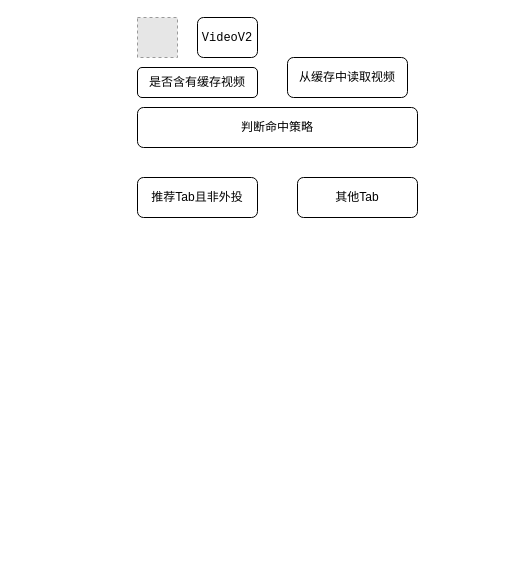
Earlier version of the draw.io diagram projects.drawio (wuulaa/drawio). Source tidied: cells renumbered, new cells numbered last; positions are measured from the earlier drawing's top-left corner, leaving out a move shared by most shapes. Both pictures are drawn from the tidied source at 100%, with x=0, y=0 at pixel (137, 17). Pictures stored in the file or linked from it are replaced by grey dashed boxes.
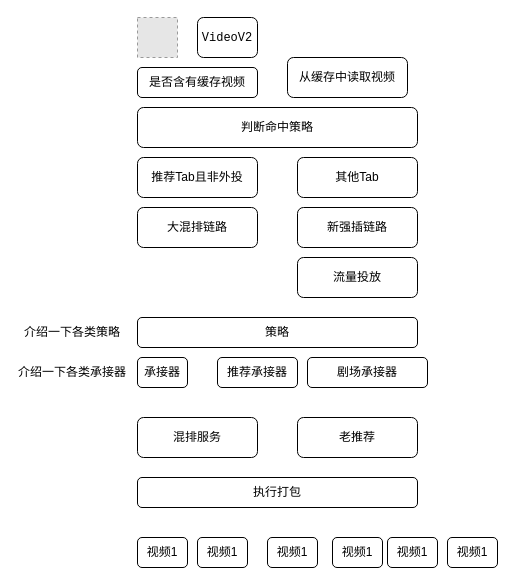
Above is the later version.

What changed in the source:
```diff
@@
     <mxCell id="7" value="推荐Tab且非外投" style="rounded=1;whiteSpace=wrap;html=1;" parent="1" vertex="1">
-      <mxGeometry y="160" width="120" height="40" as="geometry" />
+      <mxGeometry y="140" width="120" height="40" as="geometry" />
     </mxCell>
     <mxCell id="8" value="其他Tab" style="rounded=1;whiteSpace=wrap;html=1;" parent="1" vertex="1">
-      <mxGeometry x="160" y="160" width="120" height="40" as="geometry" />
+      <mxGeometry x="160" y="140" width="120" height="40" as="geometry" />
     </mxCell>
+    <mxCell id="9" value="大混排链路" style="rounded=1;whiteSpace=wrap;html=1;" parent="1" vertex="1">
+      <mxGeometry y="190" width="120" height="40" as="geometry" />
+    </mxCell>
+    <mxCell id="10" value="新强插链路" style="rounded=1;whiteSpace=wrap;html=1;" parent="1" vertex="1">
+      <mxGeometry x="160" y="190" width="120" height="40" as="geometry" />
+    </mxCell>
+    <mxCell id="11" value="策略" style="rounded=1;whiteSpace=wrap;html=1;" parent="1" vertex="1">
+      <mxGeometry y="300" width="280" height="30" as="geometry" />
+    </mxCell>
+    <mxCell id="12" value="推荐承接器" style="rounded=1;whiteSpace=wrap;html=1;" parent="1" vertex="1">
+      <mxGeometry x="80" y="340" width="80" height="30" as="geometry" />
+    </mxCell>
+    <mxCell id="13" value="承接器" style="rounded=1;whiteSpace=wrap;html=1;" parent="1" vertex="1">
+      <mxGeometry y="340" width="50" height="30" as="geometry" />
+    </mxCell>
+    <mxCell id="14" value="介绍一下各类承接器" style="text;html=1;whiteSpace=wrap;strokeColor=none;fillColor=none;align=center;verticalAlign=middle;rounded=0;" parent="1" vertex="1">
+      <mxGeometry x="-120" y="340" width="110" height="30" as="geometry" />
+    </mxCell>
+    <mxCell id="15" value="介绍一下各类策略" style="text;html=1;whiteSpace=wrap;strokeColor=none;fillColor=none;align=center;verticalAlign=middle;rounded=0;" parent="1" vertex="1">
+      <mxGeometry x="-120" y="300" width="110" height="30" as="geometry" />
+    </mxCell>
+    <mxCell id="16" value="混排服务" style="rounded=1;whiteSpace=wrap;html=1;" parent="1" vertex="1">
+      <mxGeometry y="400" width="120" height="40" as="geometry" />
+    </mxCell>
+    <mxCell id="17" value="老推荐" style="rounded=1;whiteSpace=wrap;html=1;" parent="1" vertex="1">
+      <mxGeometry x="160" y="400" width="120" height="40" as="geometry" />
+    </mxCell>
+    <mxCell id="18" value="流量投放" style="rounded=1;whiteSpace=wrap;html=1;" parent="1" vertex="1">
+      <mxGeometry x="160" y="240" width="120" height="40" as="geometry" />
+    </mxCell>
+    <mxCell id="19" value="剧场承接器" style="rounded=1;whiteSpace=wrap;html=1;" parent="1" vertex="1">
+      <mxGeometry x="170" y="340" width="120" height="30" as="geometry" />
+    </mxCell>
+    <mxCell id="20" value="执行打包" style="rounded=1;whiteSpace=wrap;html=1;" parent="1" vertex="1">
+      <mxGeometry y="460" width="280" height="30" as="geometry" />
+    </mxCell>
+    <mxCell id="21" value="视频1" style="rounded=1;whiteSpace=wrap;html=1;" parent="1" vertex="1">
+      <mxGeometry y="520" width="50" height="30" as="geometry" />
+    </mxCell>
+    <mxCell id="22" value="视频1" style="rounded=1;whiteSpace=wrap;html=1;" parent="1" vertex="1">
+      <mxGeometry x="60" y="520" width="50" height="30" as="geometry" />
+    </mxCell>
+    <mxCell id="23" value="视频1" style="rounded=1;whiteSpace=wrap;html=1;" parent="1" vertex="1">
+      <mxGeometry x="130" y="520" width="50" height="30" as="geometry" />
+    </mxCell>
+    <mxCell id="24" value="视频1" style="rounded=1;whiteSpace=wrap;html=1;" parent="1" vertex="1">
+      <mxGeometry x="195" y="520" width="50" height="30" as="geometry" />
+    </mxCell>
+    <mxCell id="25" value="视频1" style="rounded=1;whiteSpace=wrap;html=1;" parent="1" vertex="1">
+      <mxGeometry x="250" y="520" width="50" height="30" as="geometry" />
+    </mxCell>
+    <mxCell id="26" value="视频1" style="rounded=1;whiteSpace=wrap;html=1;" parent="1" vertex="1">
+      <mxGeometry x="310" y="520" width="50" height="30" as="geometry" />
+    </mxCell>
```
